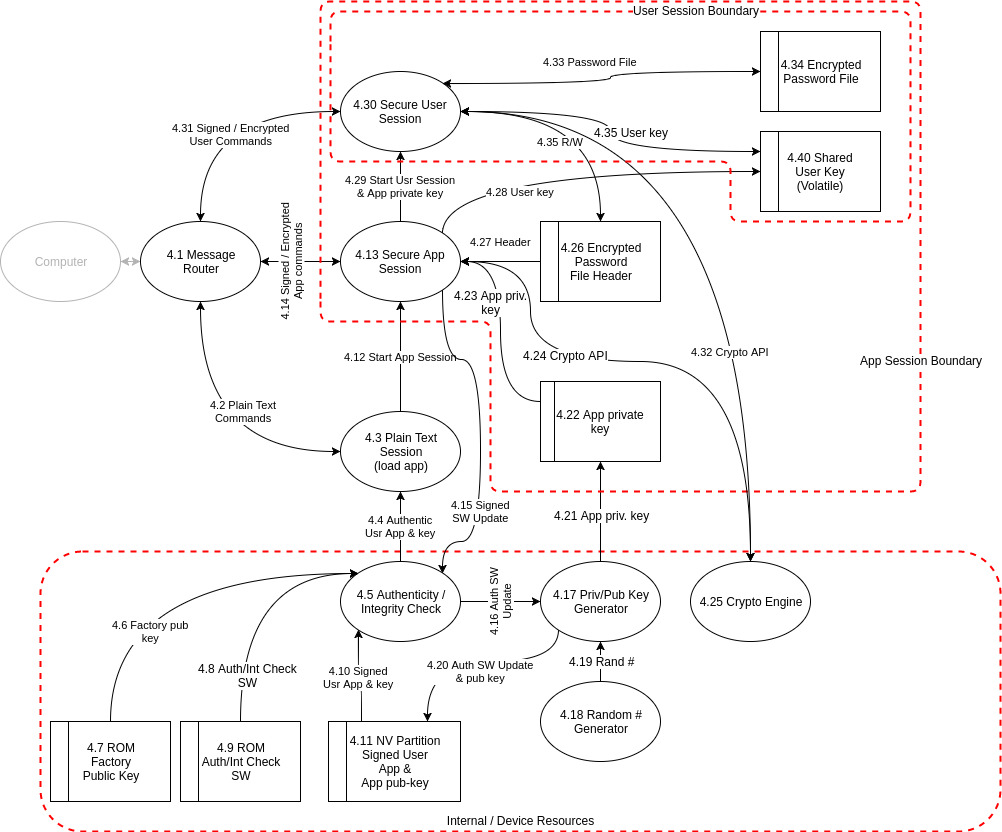
Earlier version of the draw.io export graphics/DFD_USB.png (pacman47403/B547A1). Source tidied: cells renumbered, new cells last; positions are measured from the earlier drawing's top-left corner, leaving out a move shared by most shapes.
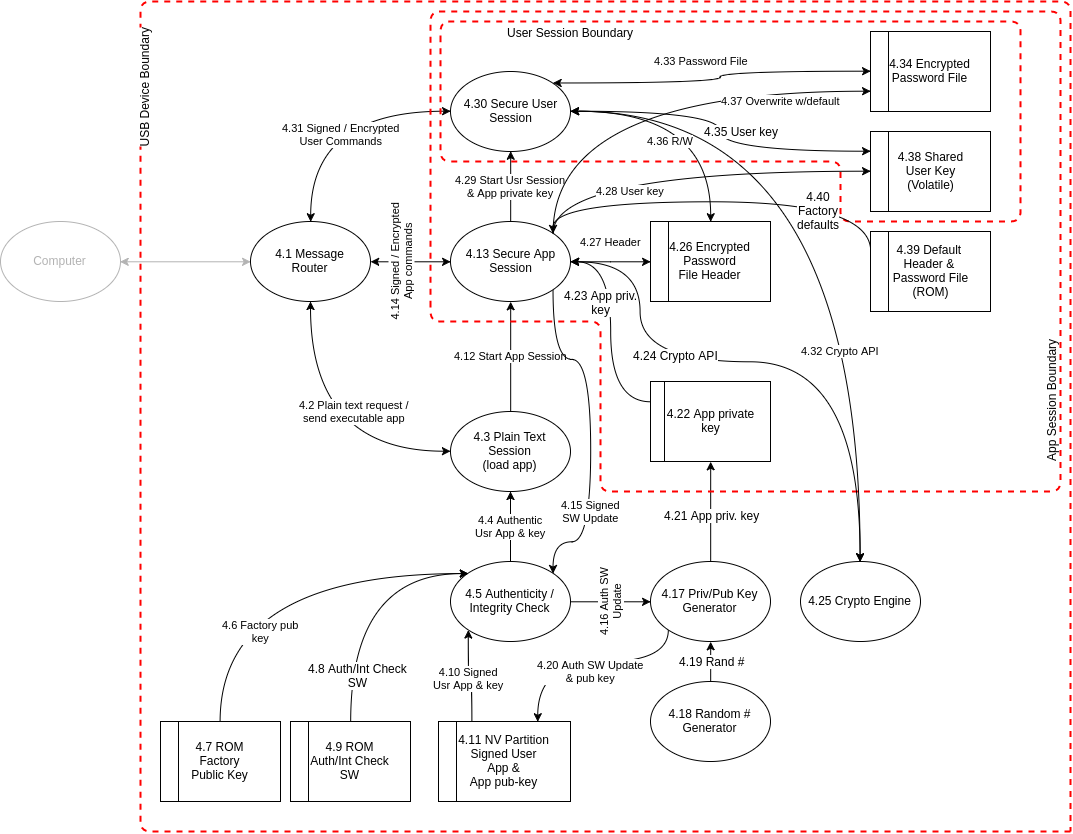
Above is the later version.

The edit, as a diff of the source:
```diff
@@ -2,9 +2,20 @@
   <root>
     <mxCell id="0" />
     <mxCell id="1" parent="0" />
-    <mxCell id="2" value="Internal / Device Resources" style="rounded=1;whiteSpace=wrap;html=1;dashed=1;strokeColor=#FF0000;strokeWidth=2;verticalAlign=bottom;fillColor=none;" parent="1" vertex="1">
-      <mxGeometry x="40" y="550" width="960" height="280" as="geometry" />
-    </mxCell>
+    <mxCell id="52" style="endArrow=none;html=1;strokeColor=#FF0000;strokeWidth=2;fontColor=#000000;dashed=1;endFill=0;horizontal=1;" parent="1" edge="1">
+      <mxGeometry relative="1" as="geometry">
+        <mxPoint x="960" y="830" as="sourcePoint" />
+        <mxPoint x="960" y="830" as="targetPoint" />
+        <Array as="points">
+          <mxPoint x="30" y="830" />
+          <mxPoint x="30" />
+          <mxPoint x="960" />
+        </Array>
+      </mxGeometry>
+    </mxCell>
+    <mxCell id="53" value="USB Device Boundary" style="text;html=1;align=center;verticalAlign=middle;labelBackgroundColor=#ffffff;fontColor=#000000;horizontal=0;" parent="52" vertex="1">
+      <mxGeometry x="-0.05" y="-3" relative="1" as="geometry" />
+    </mxCell>
     <mxCell id="3" style="edgeStyle=orthogonalEdgeStyle;curved=1;rounded=0;html=1;exitX=0.5;exitY=0;entryX=0.5;entryY=1;startArrow=none;startFill=0;endArrow=classic;endFill=1;jettySize=auto;strokeColor=#000000;fontColor=#000000;" parent="1" edge="1" source="5" target="39">
       <mxGeometry relative="1" as="geometry" />
     </mxCell>
@@ -20,7 +31,7 @@
     <mxCell id="7" value="4.4 Authentic&lt;div&gt;Usr App &amp;amp; key&lt;/div&gt;" style="edgeStyle=orthogonalEdgeStyle;curved=1;rounded=0;html=1;startArrow=classic;startFill=1;endArrow=none;endFill=0;jettySize=auto;strokeColor=#000000;fontColor=#000000;" parent="1" edge="1" source="10" target="22">
       <mxGeometry relative="1" as="geometry" />
     </mxCell>
-    <mxCell id="8" value="4.2 Plain Text&lt;div&gt;&lt;div&gt;Commands&lt;/div&gt;&lt;/div&gt;" style="edgeStyle=orthogonalEdgeStyle;curved=1;rounded=0;html=1;startArrow=classic;startFill=1;endArrow=classic;endFill=1;jettySize=auto;strokeColor=#000000;fontColor=#000000;" parent="1" edge="1" source="10" target="19">
+    <mxCell id="8" value="4.2 Plain text request /&lt;div&gt;send executable app&lt;/div&gt;" style="edgeStyle=orthogonalEdgeStyle;curved=1;rounded=0;html=1;startArrow=classic;startFill=1;endArrow=classic;endFill=1;jettySize=auto;strokeColor=#000000;fontColor=#000000;" parent="1" edge="1" source="10" target="19">
       <mxGeometry x="-0.33" y="-40" relative="1" as="geometry" />
     </mxCell>
     <mxCell id="9" value="4.12 Start App Session" style="edgeStyle=orthogonalEdgeStyle;curved=1;rounded=0;html=1;exitX=0.5;exitY=0;entryX=0.5;entryY=1;startArrow=none;startFill=0;endArrow=classic;endFill=1;jettySize=auto;strokeColor=#000000;strokeWidth=1;fontColor=#000000;" parent="1" edge="1" source="10" target="14">
@@ -109,10 +120,10 @@
     <mxCell id="29" value="&lt;div&gt;&lt;font color=&quot;#000000&quot;&gt;4.9 ROM&lt;/font&gt;&lt;/div&gt;&lt;div&gt;&lt;font color=&quot;#000000&quot;&gt;Auth/Int Check&lt;/font&gt;&lt;/div&gt;&lt;div&gt;&lt;font color=&quot;#000000&quot;&gt;SW&lt;/font&gt;&lt;/div&gt;" style="shape=internalStorage;whiteSpace=wrap;html=1;fontFamily=Helvetica;fontSize=12;fontColor=#B3B3B3;align=center;strokeColor=#000000;strokeWidth=1;fillColor=#ffffff;dx=18;dy=0;" parent="1" vertex="1">
       <mxGeometry x="180" y="720" width="120" height="80" as="geometry" />
     </mxCell>
-    <mxCell id="30" value="4.27 Header" style="edgeStyle=orthogonalEdgeStyle;curved=1;rounded=0;html=1;exitX=0;exitY=0.5;startArrow=none;startFill=0;endArrow=classic;endFill=1;jettySize=auto;strokeColor=#000000;strokeWidth=1;fontColor=#000000;" parent="1" edge="1" source="32" target="14">
+    <mxCell id="30" value="4.27 Header" style="edgeStyle=orthogonalEdgeStyle;curved=1;rounded=0;html=1;exitX=0;exitY=0.5;startArrow=classic;startFill=1;endArrow=classic;endFill=1;jettySize=auto;strokeColor=#000000;strokeWidth=1;fontColor=#000000;" parent="1" edge="1" source="32" target="14">
       <mxGeometry y="-20" relative="1" as="geometry" />
     </mxCell>
-    <mxCell id="31" value="4.35 R/W" style="edgeStyle=orthogonalEdgeStyle;curved=1;rounded=0;html=1;exitX=0.5;exitY=0;entryX=1;entryY=0.5;startArrow=classic;startFill=1;endArrow=classic;endFill=1;jettySize=auto;strokeColor=#000000;strokeWidth=1;fontColor=#000000;" parent="1" edge="1" source="32" target="16">
+    <mxCell id="31" value="4.36 R/W" style="edgeStyle=orthogonalEdgeStyle;curved=1;rounded=0;html=1;exitX=0.5;exitY=0;entryX=1;entryY=0.5;startArrow=classic;startFill=1;endArrow=classic;endFill=1;jettySize=auto;strokeColor=#000000;strokeWidth=1;fontColor=#000000;" parent="1" edge="1" source="32" target="16">
       <mxGeometry x="0.2" y="30" relative="1" as="geometry" />
     </mxCell>
     <mxCell id="32" value="&lt;div&gt;&lt;font color=&quot;#000000&quot;&gt;4.26 Encrypted&lt;/font&gt;&lt;/div&gt;&lt;div&gt;&lt;font color=&quot;#000000&quot;&gt;Password&lt;/font&gt;&lt;/div&gt;&lt;div&gt;&lt;font color=&quot;#000000&quot;&gt;File Header&lt;/font&gt;&lt;/div&gt;" style="shape=internalStorage;whiteSpace=wrap;html=1;fontFamily=Helvetica;fontSize=12;fontColor=#B3B3B3;align=center;strokeColor=#000000;strokeWidth=1;fillColor=#ffffff;dx=18;dy=0;" parent="1" vertex="1">
@@ -125,7 +136,7 @@
       <mxGeometry x="760" y="30" width="120" height="80" as="geometry" />
     </mxCell>
     <mxCell id="35" value="Computer" style="ellipse;whiteSpace=wrap;html=1;strokeColor=#B3B3B3;strokeWidth=1;fillColor=#ffffff;fontColor=#B3B3B3;" parent="1" vertex="1">
-      <mxGeometry y="220" width="120" height="80" as="geometry" />
+      <mxGeometry x="-110" y="220" width="120" height="80" as="geometry" />
     </mxCell>
     <mxCell id="36" value="4.20 Auth SW Update&lt;div&gt;&amp;amp; pub key&lt;/div&gt;" style="edgeStyle=orthogonalEdgeStyle;curved=1;rounded=0;html=1;exitX=0;exitY=1;entryX=0.75;entryY=0;startArrow=none;startFill=0;endArrow=classic;endFill=1;jettySize=auto;strokeColor=#000000;fontColor=#000000;" parent="1" edge="1" source="39" target="23">
       <mxGeometry x="-0.01" y="10" relative="1" as="geometry">
@@ -152,7 +163,7 @@
         <mxPoint x="17" y="-1" as="offset" />
       </mxGeometry>
     </mxCell>
-    <mxCell id="42" value="&lt;div&gt;&lt;font color=&quot;#000000&quot;&gt;4.40 Shared&lt;/font&gt;&lt;/div&gt;&lt;div&gt;&lt;font color=&quot;#000000&quot;&gt;User Key&lt;/font&gt;&lt;/div&gt;&lt;div&gt;&lt;font color=&quot;#000000&quot;&gt;(Volatile)&lt;/font&gt;&lt;/div&gt;" style="shape=internalStorage;whiteSpace=wrap;html=1;fontFamily=Helvetica;fontSize=12;fontColor=#B3B3B3;align=center;strokeColor=#000000;strokeWidth=1;fillColor=#ffffff;dx=18;dy=0;" parent="1" vertex="1">
+    <mxCell id="42" value="&lt;div&gt;&lt;font color=&quot;#000000&quot;&gt;4.38 Shared&lt;/font&gt;&lt;/div&gt;&lt;div&gt;&lt;font color=&quot;#000000&quot;&gt;User Key&lt;/font&gt;&lt;/div&gt;&lt;div&gt;&lt;font color=&quot;#000000&quot;&gt;(Volatile)&lt;/font&gt;&lt;/div&gt;" style="shape=internalStorage;whiteSpace=wrap;html=1;fontFamily=Helvetica;fontSize=12;fontColor=#B3B3B3;align=center;strokeColor=#000000;strokeWidth=1;fillColor=#ffffff;dx=18;dy=0;" parent="1" vertex="1">
       <mxGeometry x="760" y="130" width="120" height="80" as="geometry" />
     </mxCell>
     <mxCell id="43" value="&lt;font color=&quot;#000000&quot;&gt;4.25 Crypto Engine&lt;/font&gt;" style="ellipse;whiteSpace=wrap;html=1;strokeColor=#000000;strokeWidth=1;fillColor=#ffffff;fontColor=#B3B3B3;" parent="1" vertex="1">
@@ -163,8 +174,8 @@
         <mxPoint x="330" y="40" as="sourcePoint" />
         <mxPoint x="330" y="40" as="targetPoint" />
         <Array as="points">
-          <mxPoint x="330" y="10" />
-          <mxPoint x="910" y="10" />
+          <mxPoint x="330" y="20" />
+          <mxPoint x="910" y="20" />
           <mxPoint x="910" y="220" />
           <mxPoint x="730" y="220" />
           <mxPoint x="730" y="160" />
@@ -173,7 +184,9 @@
       </mxGeometry>
     </mxCell>
     <mxCell id="45" value="User Session Boundary" style="text;html=1;align=center;verticalAlign=middle;labelBackgroundColor=#ffffff;fontColor=#000000;" parent="44" vertex="1">
-      <mxGeometry x="-0.5" y="2" relative="1" as="geometry" />
+      <mxGeometry x="-0.5" y="2" relative="1" as="geometry">
+        <mxPoint x="-241" y="12" as="offset" />
+      </mxGeometry>
     </mxCell>
     <mxCell id="46" style="endArrow=none;html=1;strokeColor=#FF0000;strokeWidth=2;fontColor=#000000;endFill=0;dashed=1;horizontal=1;" parent="1" edge="1">
       <mxGeometry relative="1" as="geometry">
@@ -183,15 +196,15 @@
           <mxPoint x="320" y="320" />
           <mxPoint x="490" y="320" />
           <mxPoint x="490" y="490" />
-          <mxPoint x="920" y="490" />
-          <mxPoint x="920" />
-          <mxPoint x="320" />
+          <mxPoint x="950" y="490" />
+          <mxPoint x="950" y="10" />
+          <mxPoint x="320" y="10" />
         </Array>
       </mxGeometry>
     </mxCell>
-    <mxCell id="47" value="App Session Boundary" style="text;html=1;align=center;verticalAlign=middle;labelBackgroundColor=#ffffff;fontColor=#000000;horizontal=1;" parent="46" vertex="1">
+    <mxCell id="47" value="App Session Boundary" style="text;html=1;align=center;verticalAlign=middle;labelBackgroundColor=#ffffff;fontColor=#000000;horizontal=0;" parent="46" vertex="1">
       <mxGeometry x="0.17" y="-2" relative="1" as="geometry">
-        <mxPoint x="-2" y="348" as="offset" />
+        <mxPoint x="-12" y="383" as="offset" />
       </mxGeometry>
     </mxCell>
     <mxCell id="48" style="edgeStyle=orthogonalEdgeStyle;curved=1;rounded=0;html=1;startArrow=none;startFill=0;endArrow=classic;endFill=1;jettySize=auto;strokeColor=#000000;fontColor=#000000;entryX=1;entryY=0.5;exitX=0;exitY=0.25;" parent="1" edge="1" source="24" target="14">
@@ -219,5 +232,26 @@
     <mxCell id="51" value="4.24 Crypto API" style="text;html=1;align=center;verticalAlign=middle;labelBackgroundColor=#ffffff;fontColor=#000000;" parent="50" vertex="1">
       <mxGeometry x="0.31" y="-7" relative="1" as="geometry" />
     </mxCell>
+    <mxCell id="54" style="edgeStyle=orthogonalEdgeStyle;curved=1;rounded=0;html=1;exitX=0;exitY=0.25;entryX=1;entryY=0;startArrow=none;startFill=0;endArrow=classic;endFill=1;jettySize=auto;strokeColor=#000000;strokeWidth=1;fontColor=#000000;" parent="1" edge="1" source="56" target="14">
+      <mxGeometry relative="1" as="geometry">
+        <Array as="points">
+          <mxPoint x="760" y="200" />
+          <mxPoint x="442" y="200" />
+        </Array>
+      </mxGeometry>
+    </mxCell>
+    <mxCell id="55" value="4.40&lt;div&gt;Factory&lt;/div&gt;&lt;div&gt;defaults&lt;/div&gt;" style="text;html=1;align=center;verticalAlign=middle;labelBackgroundColor=#ffffff;fontColor=#000000;" parent="54" vertex="1">
+      <mxGeometry x="-0.48" y="8" relative="1" as="geometry" />
+    </mxCell>
+    <mxCell id="56" value="&lt;div&gt;&lt;font color=&quot;#000000&quot;&gt;4.39 Default&amp;nbsp;&lt;/font&gt;&lt;/div&gt;&lt;div&gt;&lt;font color=&quot;#000000&quot;&gt;Header &amp;amp;&amp;nbsp;&lt;/font&gt;&lt;/div&gt;&lt;div&gt;&lt;font color=&quot;#000000&quot;&gt;Password File&lt;/font&gt;&lt;/div&gt;&lt;div&gt;&lt;font color=&quot;#000000&quot;&gt;(ROM)&lt;/font&gt;&lt;/div&gt;" style="shape=internalStorage;whiteSpace=wrap;html=1;fontFamily=Helvetica;fontSize=12;fontColor=#B3B3B3;align=center;strokeColor=#000000;strokeWidth=1;fillColor=#ffffff;dx=18;dy=0;" parent="1" vertex="1">
+      <mxGeometry x="760" y="230" width="120" height="80" as="geometry" />
+    </mxCell>
+    <mxCell id="57" value="4.37 Overwrite w/default" style="endArrow=classic;html=1;strokeColor=#000000;strokeWidth=1;fontColor=#000000;exitX=1;exitY=0;entryX=0;entryY=0.75;edgeStyle=orthogonalEdgeStyle;curved=1;" parent="1" edge="1" source="14" target="34">
+      <mxGeometry x="0.61" y="-10" relative="1" as="geometry">
+        <Array as="points">
+          <mxPoint x="442" y="90" />
+        </Array>
+      </mxGeometry>
+    </mxCell>
   </root>
 </mxGraphModel>
```
